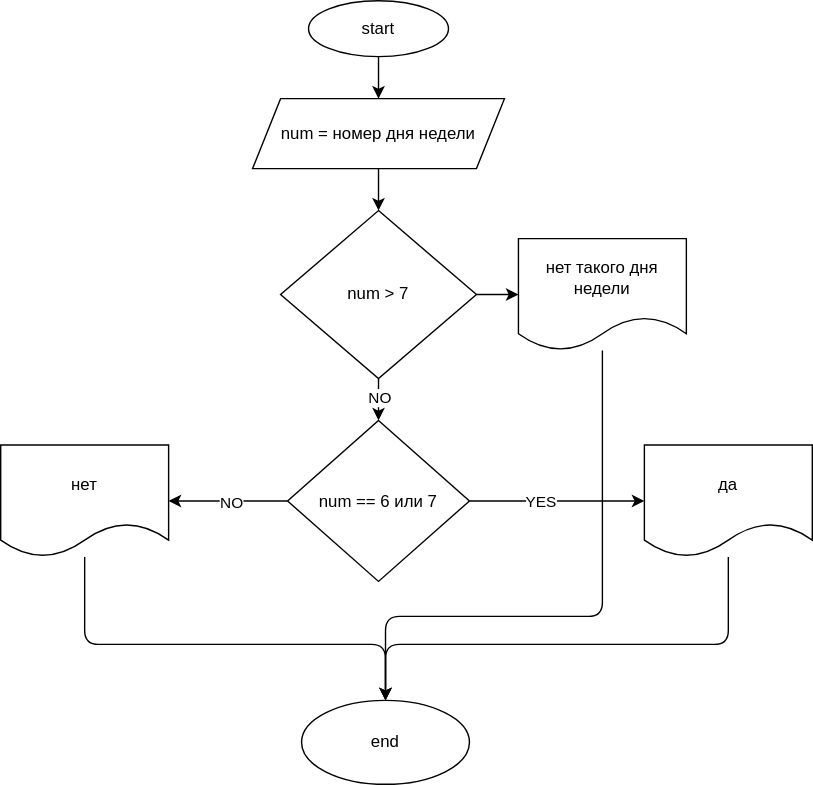
Before: TourC#/ex015/ex015.drawio.svg, a diagram exported from draw.io (retedominus/TourC). Source tidied: cells renumbered, new cells last; positions are measured from the earlier drawing's top-left corner, leaving out a move shared by most shapes.
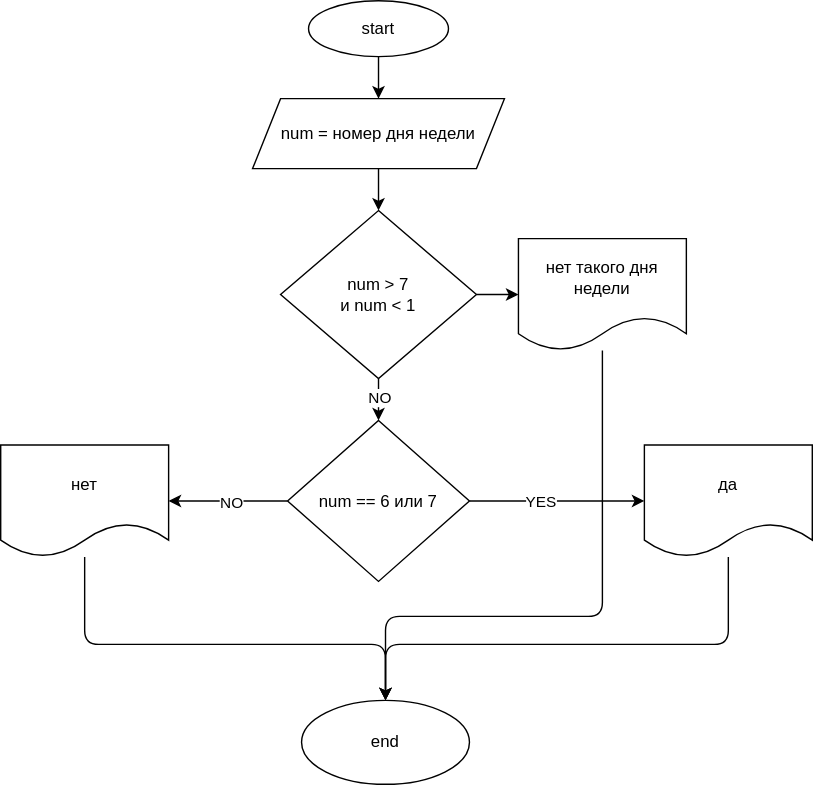
Above is the later version.

Change to the diagram source:
```diff
@@ -63,7 +63,7 @@
     <mxCell id="18" style="edgeStyle=none;html=1;" parent="1" edge="1" source="19" target="21">
       <mxGeometry relative="1" as="geometry" />
     </mxCell>
-    <mxCell id="19" value="num &amp;gt; 7" style="rhombus;whiteSpace=wrap;html=1;" parent="1" vertex="1">
+    <mxCell id="19" value="num &amp;gt; 7&lt;br&gt;и num &amp;lt; 1" style="rhombus;whiteSpace=wrap;html=1;" parent="1" vertex="1">
       <mxGeometry x="200" y="150" width="140" height="120" as="geometry" />
     </mxCell>
     <mxCell id="20" style="edgeStyle=none;html=1;entryX=0.5;entryY=0;entryDx=0;entryDy=0;" parent="1" edge="1" source="21" target="15">
```
